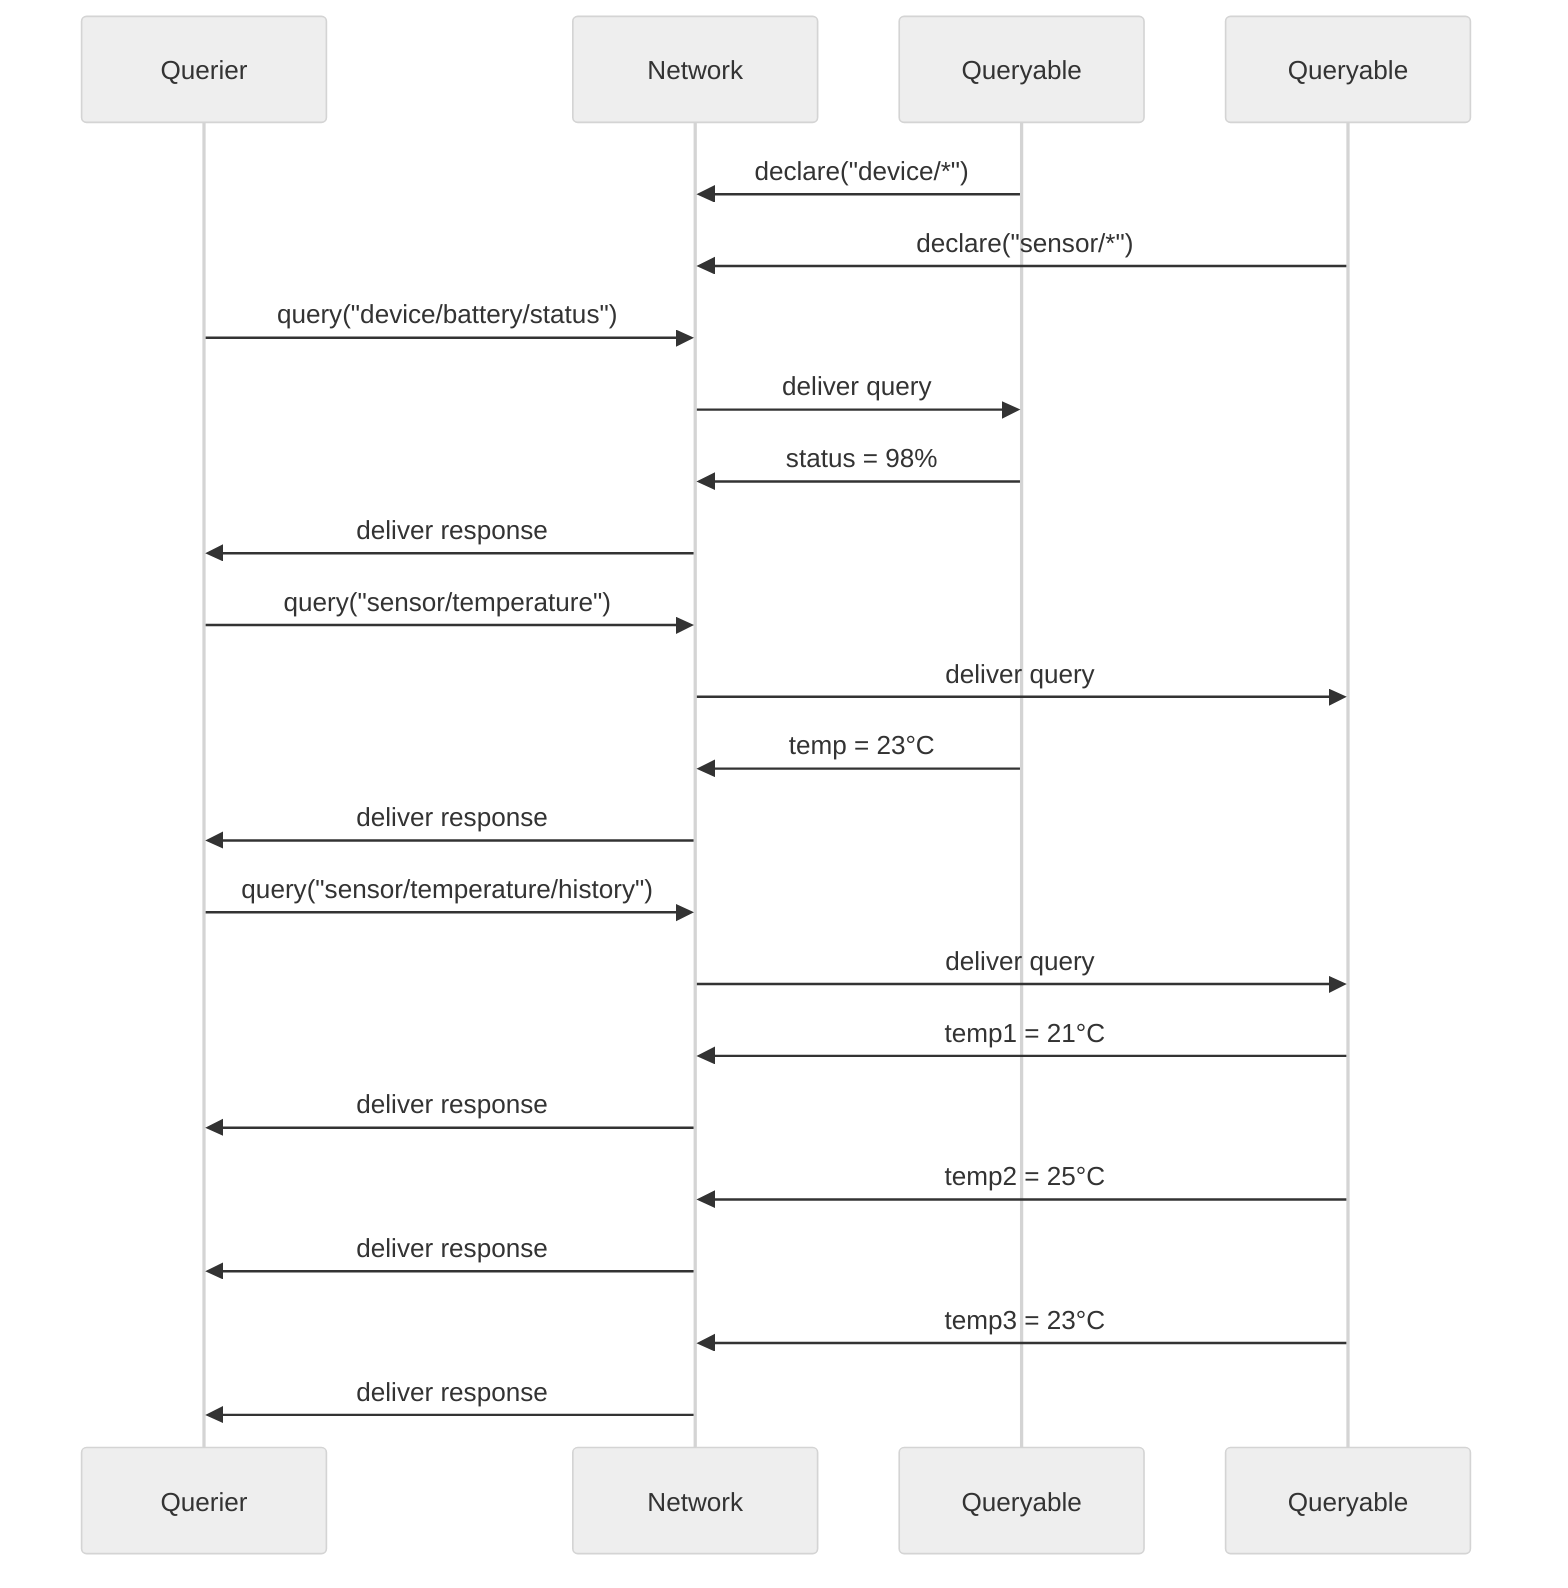
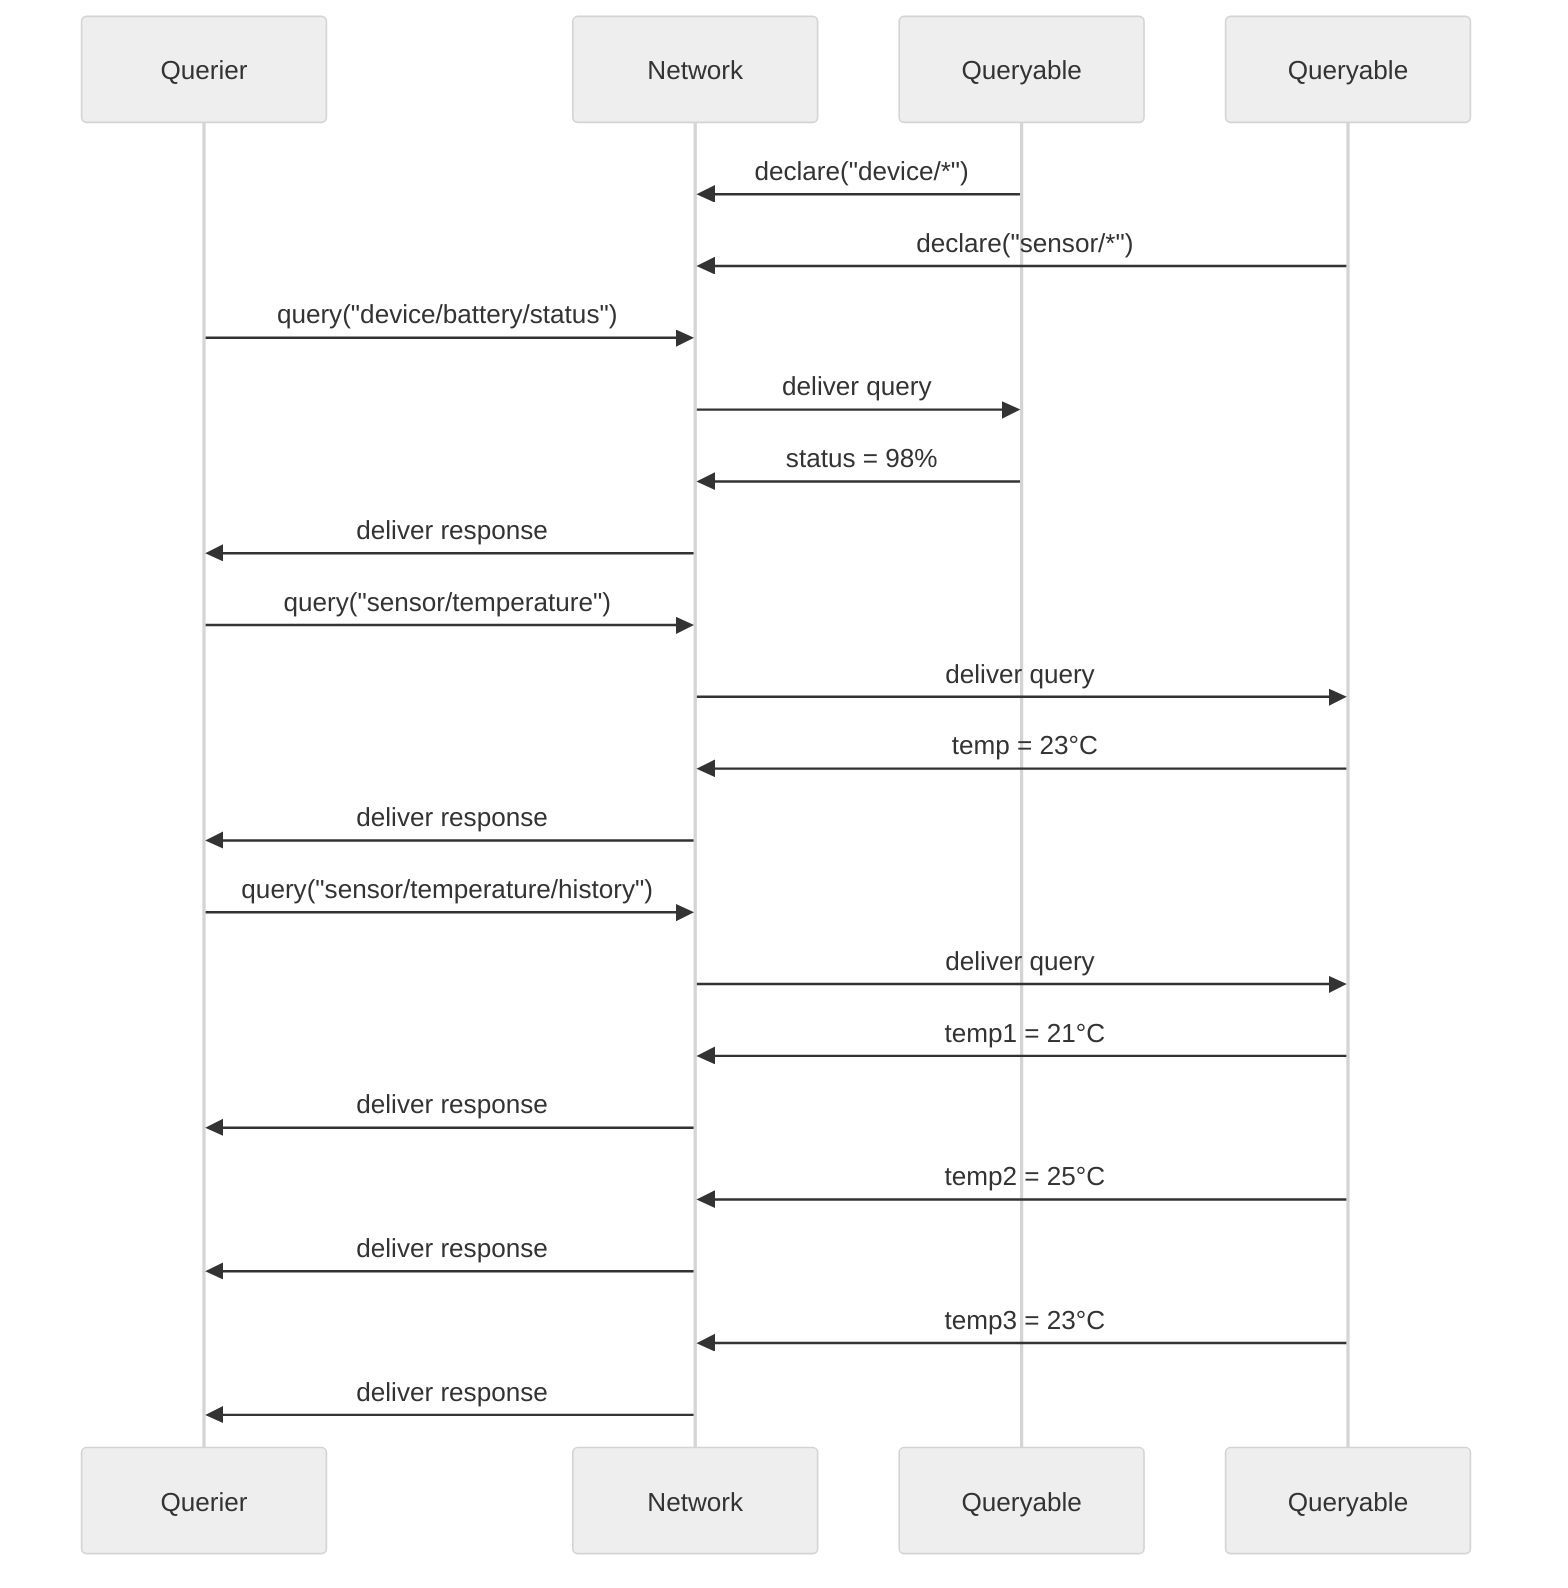
---
  config:
    layout: elk
    theme: neutral
    class:
      hideEmptyMembersBox: true
---

sequenceDiagram
    participant Querier1 as Querier
    participant Network
    participant Queryable1 as Queryable
    participant Queryable2 as Queryable

    Queryable1 ->> Network : declare("device/*")
    Queryable2 ->> Network : declare("sensor/*")

    Querier1 ->> Network : query("device/battery/status")
    Network ->> Queryable1 : deliver query
    Queryable1 ->> Network : status = 98%
    Network ->> Querier1 : deliver response

    Querier1 ->> Network : query("sensor/temperature")
    Network ->> Queryable2 : deliver query
-     Queryable1 ->> Network : temp = 23°C
+     Queryable2 ->> Network : temp = 23°C
    Network ->> Querier1 : deliver response

    Querier1 ->> Network : query("sensor/temperature/history")
    Network ->> Queryable2 : deliver query
    Queryable2 ->> Network : temp1 = 21°C
    Network ->> Querier1 : deliver response
    Queryable2 ->> Network : temp2 = 25°C
    Network ->> Querier1 : deliver response
    Queryable2 ->> Network : temp3 = 23°C
    Network ->> Querier1 : deliver response
